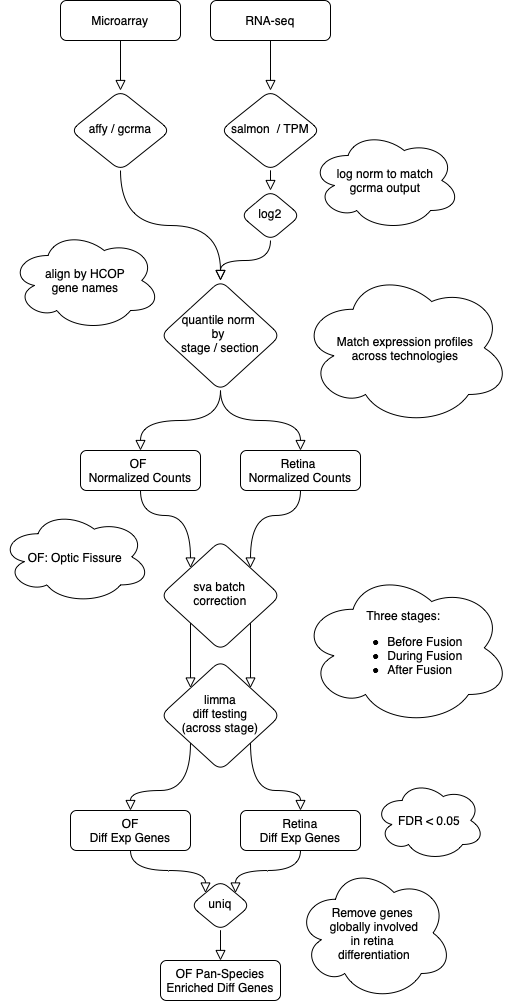
Earlier version of the draw.io export figs/coloboma_meta_workflow.drawio.png (davemcg/coloboma_meta_gene_expression_analysis). Source tidied: cells renumbered, new cells last; positions are measured from the earlier drawing's top-left corner, leaving out a move shared by most shapes. Its diagram source:
```xml
<mxGraphModel>
  <root>
    <mxCell id="0" />
    <mxCell id="1" parent="0" />
    <mxCell id="2" style="html=1;jettySize=auto;fontSize=11;endArrow=block;endFill=0;endSize=8;strokeWidth=1;shadow=0;labelBackgroundColor=none;edgeStyle=orthogonalEdgeStyle;curved=1;" parent="1" edge="1" source="3" target="5">
      <mxGeometry relative="1" as="geometry" />
    </mxCell>
    <mxCell id="3" value="Microarray" style="whiteSpace=wrap;html=1;fontSize=12;glass=0;strokeWidth=1;shadow=0;rounded=1;" parent="1" vertex="1">
      <mxGeometry x="60" width="120" height="40" as="geometry" />
    </mxCell>
    <mxCell id="4" style="html=1;jettySize=auto;fontSize=11;endArrow=block;endFill=0;endSize=8;strokeWidth=1;shadow=0;labelBackgroundColor=none;edgeStyle=orthogonalEdgeStyle;curved=1;" parent="1" edge="1" source="5" target="8">
      <mxGeometry y="20" relative="1" as="geometry" />
    </mxCell>
    <mxCell id="5" value="affy / gcrma" style="rhombus;whiteSpace=wrap;html=1;shadow=0;fontFamily=Helvetica;fontSize=12;align=center;strokeWidth=1;spacing=6;spacingTop=-4;rounded=1;" parent="1" vertex="1">
      <mxGeometry x="70" y="90" width="100" height="80" as="geometry" />
    </mxCell>
    <mxCell id="6" style="edgeStyle=orthogonalEdgeStyle;jettySize=auto;html=1;exitX=0.5;exitY=1;exitDx=0;exitDy=0;entryX=0.5;entryY=0;entryDx=0;entryDy=0;endArrow=block;endFill=0;endSize=8;strokeWidth=1;curved=1;" parent="1" edge="1" source="8" target="19">
      <mxGeometry relative="1" as="geometry" />
    </mxCell>
    <mxCell id="7" style="edgeStyle=orthogonalEdgeStyle;jettySize=auto;html=1;exitX=0.5;exitY=1;exitDx=0;exitDy=0;entryX=0.5;entryY=0;entryDx=0;entryDy=0;endArrow=block;endFill=0;endSize=8;strokeWidth=1;curved=1;" parent="1" edge="1" source="8" target="21">
      <mxGeometry relative="1" as="geometry" />
    </mxCell>
    <mxCell id="8" value="quantile norm &lt;br&gt;by &lt;br&gt;stage / section" style="rhombus;whiteSpace=wrap;html=1;shadow=0;fontFamily=Helvetica;fontSize=12;align=center;strokeWidth=1;spacing=6;spacingTop=-4;rounded=1;" parent="1" vertex="1">
      <mxGeometry x="160" y="280" width="120" height="110" as="geometry" />
    </mxCell>
    <mxCell id="9" style="edgeStyle=orthogonalEdgeStyle;jettySize=auto;html=1;exitX=0.5;exitY=1;exitDx=0;exitDy=0;endArrow=block;endFill=0;strokeWidth=1;endSize=8;entryX=0.5;entryY=0;entryDx=0;entryDy=0;curved=1;" parent="1" edge="1" source="10" target="12">
      <mxGeometry relative="1" as="geometry" />
    </mxCell>
    <mxCell id="10" value="RNA-seq" style="whiteSpace=wrap;html=1;fontSize=12;glass=0;strokeWidth=1;shadow=0;rounded=1;" parent="1" vertex="1">
      <mxGeometry x="210" width="120" height="40" as="geometry" />
    </mxCell>
    <mxCell id="11" style="edgeStyle=orthogonalEdgeStyle;jettySize=auto;html=1;exitX=0.5;exitY=1;exitDx=0;exitDy=0;entryX=0.5;entryY=0;entryDx=0;entryDy=0;endArrow=block;endFill=0;endSize=8;strokeWidth=1;curved=1;" parent="1" edge="1" source="12" target="14">
      <mxGeometry relative="1" as="geometry" />
    </mxCell>
    <mxCell id="12" value="salmon &amp;nbsp;/ TPM" style="rhombus;whiteSpace=wrap;html=1;shadow=0;fontFamily=Helvetica;fontSize=12;align=center;strokeWidth=1;spacing=6;spacingTop=-4;rounded=1;" parent="1" vertex="1">
      <mxGeometry x="220" y="90" width="100" height="80" as="geometry" />
    </mxCell>
    <mxCell id="13" style="edgeStyle=orthogonalEdgeStyle;jettySize=auto;html=1;exitX=0.5;exitY=1;exitDx=0;exitDy=0;entryX=0.5;entryY=0;entryDx=0;entryDy=0;endArrow=block;endFill=0;endSize=8;strokeWidth=1;curved=1;" parent="1" edge="1" source="14" target="8">
      <mxGeometry relative="1" as="geometry" />
    </mxCell>
    <mxCell id="14" value="log2" style="rhombus;whiteSpace=wrap;html=1;shadow=0;fontFamily=Helvetica;fontSize=12;align=center;strokeWidth=1;spacing=6;spacingTop=-4;rounded=1;" parent="1" vertex="1">
      <mxGeometry x="240" y="190" width="60" height="50" as="geometry" />
    </mxCell>
    <mxCell id="15" style="edgeStyle=orthogonalEdgeStyle;jettySize=auto;html=1;exitX=0;exitY=1;exitDx=0;exitDy=0;entryX=0;entryY=0;entryDx=0;entryDy=0;endArrow=block;endFill=0;endSize=8;strokeWidth=1;curved=1;" parent="1" edge="1" source="17" target="24">
      <mxGeometry relative="1" as="geometry" />
    </mxCell>
    <mxCell id="16" style="edgeStyle=orthogonalEdgeStyle;jettySize=auto;html=1;exitX=1;exitY=1;exitDx=0;exitDy=0;entryX=1;entryY=0;entryDx=0;entryDy=0;endArrow=block;endFill=0;endSize=8;strokeWidth=1;curved=1;" parent="1" edge="1" source="17" target="24">
      <mxGeometry relative="1" as="geometry" />
    </mxCell>
    <mxCell id="17" value="sva batch &lt;br&gt;correction" style="rhombus;whiteSpace=wrap;html=1;shadow=0;fontFamily=Helvetica;fontSize=12;align=center;strokeWidth=1;spacing=6;spacingTop=-4;rounded=1;" parent="1" vertex="1">
      <mxGeometry x="160" y="540" width="120" height="110" as="geometry" />
    </mxCell>
    <mxCell id="18" style="edgeStyle=orthogonalEdgeStyle;jettySize=auto;html=1;exitX=0.5;exitY=1;exitDx=0;exitDy=0;entryX=0;entryY=0;entryDx=0;entryDy=0;endArrow=block;endFill=0;endSize=8;strokeWidth=1;curved=1;" parent="1" edge="1" source="19" target="17">
      <mxGeometry relative="1" as="geometry" />
    </mxCell>
    <mxCell id="19" value="OF &lt;br&gt;Normalized Counts" style="whiteSpace=wrap;html=1;fontSize=12;glass=0;strokeWidth=1;shadow=0;rounded=1;" parent="1" vertex="1">
      <mxGeometry x="80" y="450" width="120" height="40" as="geometry" />
    </mxCell>
    <mxCell id="20" style="edgeStyle=orthogonalEdgeStyle;jettySize=auto;html=1;exitX=0.5;exitY=1;exitDx=0;exitDy=0;entryX=1;entryY=0;entryDx=0;entryDy=0;endArrow=block;endFill=0;endSize=8;strokeWidth=1;curved=1;" parent="1" edge="1" source="21" target="17">
      <mxGeometry relative="1" as="geometry" />
    </mxCell>
    <mxCell id="21" value="Retina&amp;nbsp;&lt;br&gt;Normalized Counts" style="whiteSpace=wrap;html=1;fontSize=12;glass=0;strokeWidth=1;shadow=0;rounded=1;" parent="1" vertex="1">
      <mxGeometry x="240" y="450" width="120" height="40" as="geometry" />
    </mxCell>
    <mxCell id="22" style="edgeStyle=orthogonalEdgeStyle;jettySize=auto;html=1;exitX=0;exitY=1;exitDx=0;exitDy=0;entryX=0.5;entryY=0;entryDx=0;entryDy=0;endArrow=block;endFill=0;endSize=8;strokeWidth=1;curved=1;" parent="1" edge="1" source="24" target="26">
      <mxGeometry relative="1" as="geometry" />
    </mxCell>
    <mxCell id="23" style="edgeStyle=orthogonalEdgeStyle;jettySize=auto;html=1;exitX=1;exitY=1;exitDx=0;exitDy=0;entryX=0.5;entryY=0;entryDx=0;entryDy=0;endArrow=block;endFill=0;endSize=8;strokeWidth=1;curved=1;" parent="1" edge="1" source="24" target="28">
      <mxGeometry relative="1" as="geometry" />
    </mxCell>
    <mxCell id="24" value="limma&lt;br&gt;diff&amp;nbsp;testing&lt;br&gt;(across stage)" style="rhombus;whiteSpace=wrap;html=1;shadow=0;fontFamily=Helvetica;fontSize=12;align=center;strokeWidth=1;spacing=6;spacingTop=-4;rounded=1;" parent="1" vertex="1">
      <mxGeometry x="160" y="660" width="120" height="110" as="geometry" />
    </mxCell>
    <mxCell id="25" style="edgeStyle=orthogonalEdgeStyle;jettySize=auto;html=1;exitX=0.5;exitY=1;exitDx=0;exitDy=0;entryX=0;entryY=0;entryDx=0;entryDy=0;endArrow=block;endFill=0;endSize=8;strokeWidth=1;curved=1;" parent="1" edge="1" source="26" target="30">
      <mxGeometry relative="1" as="geometry" />
    </mxCell>
    <mxCell id="26" value="OF&lt;br&gt;Diff Exp Genes" style="whiteSpace=wrap;html=1;fontSize=12;glass=0;strokeWidth=1;shadow=0;rounded=1;" parent="1" vertex="1">
      <mxGeometry x="70" y="810" width="120" height="40" as="geometry" />
    </mxCell>
    <mxCell id="27" style="edgeStyle=orthogonalEdgeStyle;jettySize=auto;html=1;exitX=0.5;exitY=1;exitDx=0;exitDy=0;entryX=1;entryY=0;entryDx=0;entryDy=0;endArrow=block;endFill=0;endSize=8;strokeWidth=1;curved=1;" parent="1" edge="1" source="28" target="30">
      <mxGeometry relative="1" as="geometry" />
    </mxCell>
    <mxCell id="28" value="Retina&lt;br&gt;Diff Exp Genes" style="whiteSpace=wrap;html=1;fontSize=12;glass=0;strokeWidth=1;shadow=0;rounded=1;" parent="1" vertex="1">
      <mxGeometry x="240" y="810" width="120" height="40" as="geometry" />
    </mxCell>
    <mxCell id="29" style="edgeStyle=orthogonalEdgeStyle;jettySize=auto;html=1;exitX=0.5;exitY=1;exitDx=0;exitDy=0;entryX=0.5;entryY=0;entryDx=0;entryDy=0;endArrow=block;endFill=0;endSize=8;strokeWidth=1;curved=1;" parent="1" edge="1" source="30" target="31">
      <mxGeometry relative="1" as="geometry" />
    </mxCell>
    <mxCell id="30" value="uniq" style="rhombus;whiteSpace=wrap;html=1;shadow=0;fontFamily=Helvetica;fontSize=12;align=center;strokeWidth=1;spacing=6;spacingTop=-4;rounded=1;" parent="1" vertex="1">
      <mxGeometry x="190" y="880" width="60" height="50" as="geometry" />
    </mxCell>
    <mxCell id="31" value="OF Pan-Species&lt;br&gt;Enriched Diff Genes" style="whiteSpace=wrap;html=1;fontSize=12;glass=0;strokeWidth=1;shadow=0;rounded=1;" parent="1" vertex="1">
      <mxGeometry x="160" y="960" width="120" height="40" as="geometry" />
    </mxCell>
    <mxCell id="32" value="align by HCOP&lt;br&gt;gene names" style="ellipse;shape=cloud;whiteSpace=wrap;html=1;rounded=1;" parent="1" vertex="1">
      <mxGeometry x="10" y="230" width="150" height="100" as="geometry" />
    </mxCell>
    <mxCell id="33" value="log norm to match &lt;br&gt;gcrma output" style="ellipse;shape=cloud;whiteSpace=wrap;html=1;rounded=1;" parent="1" vertex="1">
      <mxGeometry x="310" y="130" width="150" height="100" as="geometry" />
    </mxCell>
    <mxCell id="34" value="Match expression profiles &lt;br&gt;across technologies" style="ellipse;shape=cloud;whiteSpace=wrap;html=1;fillColor=default;rounded=1;" parent="1" vertex="1">
      <mxGeometry x="300" y="270" width="210" height="155" as="geometry" />
    </mxCell>
    <mxCell id="35" value="Three stages: &lt;br&gt;&lt;ul&gt;&lt;li style=&quot;text-align: left&quot;&gt;Before Fusion&lt;br&gt;&lt;/li&gt;&lt;li style=&quot;text-align: left&quot;&gt;During Fusion&lt;br&gt;&lt;/li&gt;&lt;li&gt;&lt;div style=&quot;text-align: left&quot;&gt;After Fusion&lt;/div&gt;&lt;/li&gt;&lt;/ul&gt;" style="ellipse;shape=cloud;whiteSpace=wrap;html=1;fillColor=default;rounded=1;" parent="1" vertex="1">
      <mxGeometry x="300" y="570" width="210" height="155" as="geometry" />
    </mxCell>
    <mxCell id="36" value="FDR &amp;lt; 0.05" style="ellipse;shape=cloud;whiteSpace=wrap;html=1;fillColor=default;rounded=1;" parent="1" vertex="1">
      <mxGeometry x="374" y="780" width="110" height="80" as="geometry" />
    </mxCell>
    <mxCell id="37" value="Remove genes &lt;br&gt;globally involved &lt;br&gt;in retina &lt;br&gt;differentiation" style="ellipse;shape=cloud;whiteSpace=wrap;html=1;fillColor=default;rounded=1;" parent="1" vertex="1">
      <mxGeometry x="296" y="865" width="156" height="135" as="geometry" />
    </mxCell>
    <mxCell id="38" value="OF: Optic Fissure" style="ellipse;shape=cloud;whiteSpace=wrap;html=1;fillColor=default;rounded=1;" parent="1" vertex="1">
      <mxGeometry y="510" width="150" height="93" as="geometry" />
    </mxCell>
  </root>
</mxGraphModel>
```
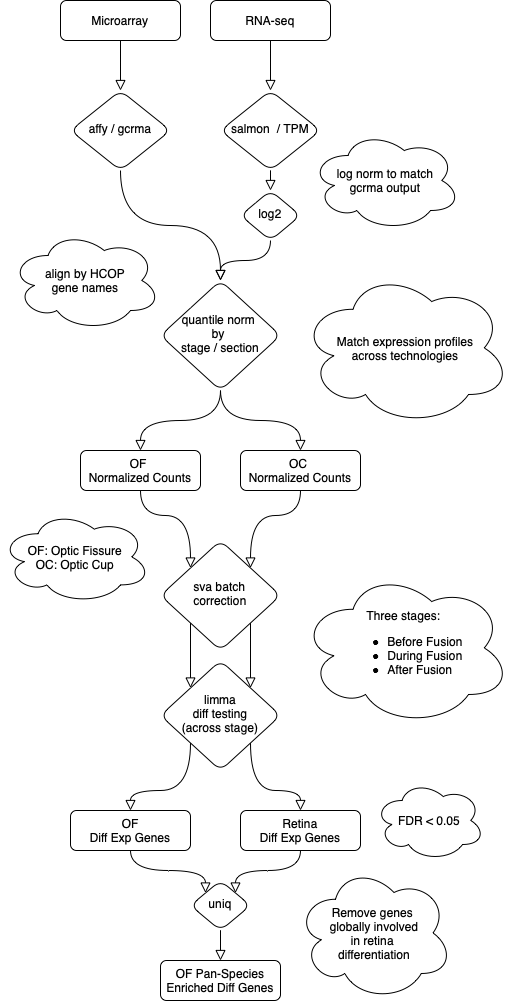
The same diagram one commit later.

Commit message:
tweak workflow fig, change "retina" to "oc" for non-OF samples in meta, update analysis

What changed in the source:
```diff
@@ -59,7 +59,7 @@
     <mxCell id="20" style="edgeStyle=orthogonalEdgeStyle;jettySize=auto;html=1;exitX=0.5;exitY=1;exitDx=0;exitDy=0;entryX=1;entryY=0;entryDx=0;entryDy=0;endArrow=block;endFill=0;endSize=8;strokeWidth=1;curved=1;" parent="1" edge="1" source="21" target="17">
       <mxGeometry relative="1" as="geometry" />
     </mxCell>
-    <mxCell id="21" value="Retina&amp;nbsp;&lt;br&gt;Normalized Counts" style="whiteSpace=wrap;html=1;fontSize=12;glass=0;strokeWidth=1;shadow=0;rounded=1;" parent="1" vertex="1">
+    <mxCell id="21" value="OC&amp;nbsp;&lt;br&gt;Normalized Counts" style="whiteSpace=wrap;html=1;fontSize=12;glass=0;strokeWidth=1;shadow=0;rounded=1;" parent="1" vertex="1">
       <mxGeometry x="240" y="450" width="120" height="40" as="geometry" />
     </mxCell>
     <mxCell id="22" style="edgeStyle=orthogonalEdgeStyle;jettySize=auto;html=1;exitX=0;exitY=1;exitDx=0;exitDy=0;entryX=0.5;entryY=0;entryDx=0;entryDy=0;endArrow=block;endFill=0;endSize=8;strokeWidth=1;curved=1;" parent="1" edge="1" source="24" target="26">
@@ -110,7 +110,7 @@
     <mxCell id="37" value="Remove genes &lt;br&gt;globally involved &lt;br&gt;in retina &lt;br&gt;differentiation" style="ellipse;shape=cloud;whiteSpace=wrap;html=1;fillColor=default;rounded=1;" parent="1" vertex="1">
       <mxGeometry x="296" y="865" width="156" height="135" as="geometry" />
     </mxCell>
-    <mxCell id="38" value="OF: Optic Fissure" style="ellipse;shape=cloud;whiteSpace=wrap;html=1;fillColor=default;rounded=1;" parent="1" vertex="1">
+    <mxCell id="38" value="OF: Optic Fissure&lt;br&gt;OC: Optic Cup" style="ellipse;shape=cloud;whiteSpace=wrap;html=1;fillColor=default;rounded=1;" parent="1" vertex="1">
       <mxGeometry y="510" width="150" height="93" as="geometry" />
     </mxCell>
   </root>
```
